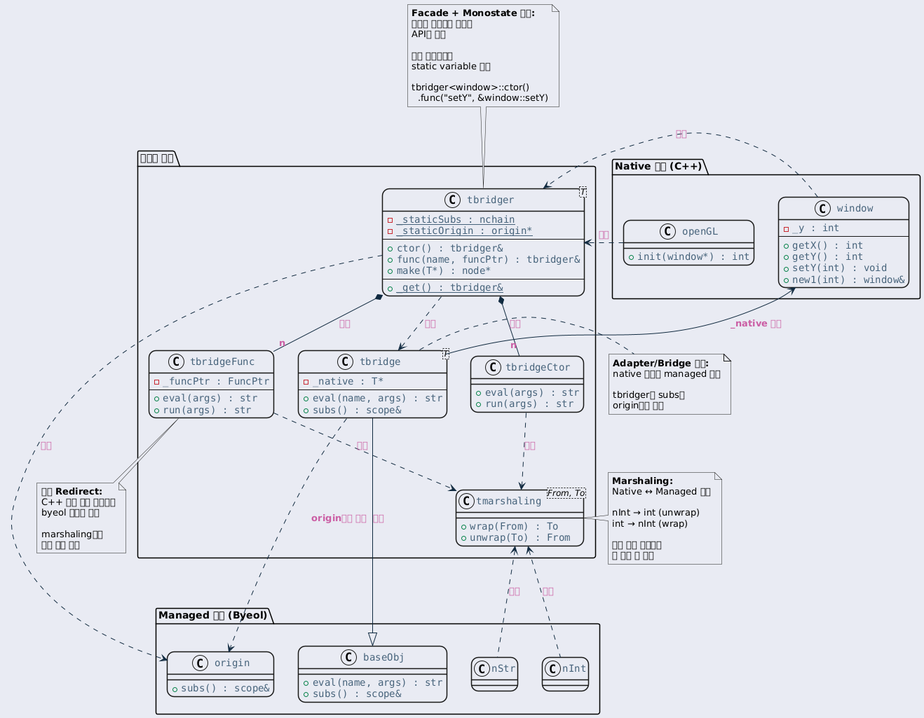
Earlier version of the PlantUML export ref/generated/ko/inline_umlgraph_27.png (byeolang/website).
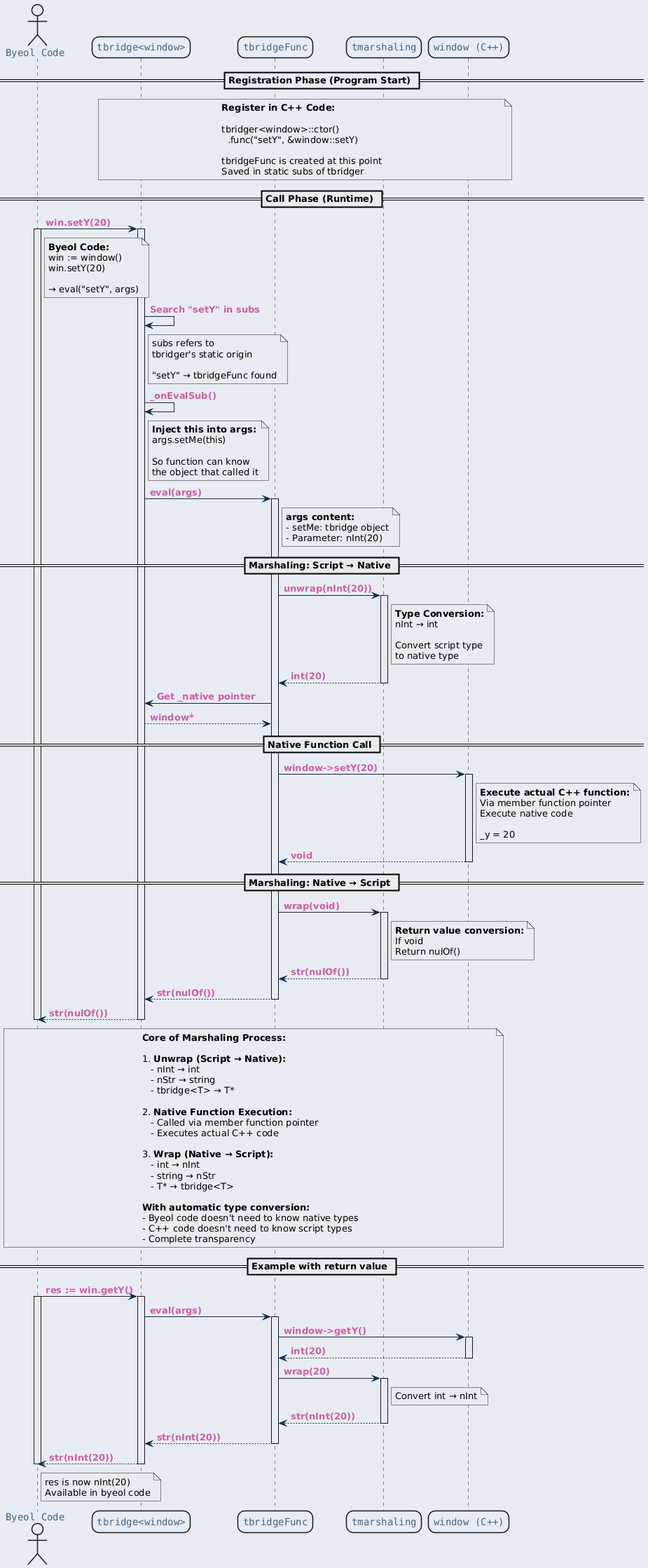
After the change.

Diff of the diagram source:
```diff
@@ -23,127 +23,178 @@
     }
 }
 </style>
-package "Native 환경 (C++)" {
-    class "window" as window {
-        - _y : int
-        ---
-        + getX() : int
-        + getY() : int
-        + setY(int) : void
-        + new1(int) : window&
-    }
+actor "Byeol Code" as byeol
+participant "tbridge<window>" as tbridge
+participant "tbridgeFunc" as tbridgeFunc
+participant "tmarshaling" as tmarshaling
+participant "window (C++)" as window
 
-    class "openGL" as openGL {
-        + init(window*) : int
-    }
-}
+== Registration Phase (Program Start) ==
 
-package "브리징 계층" {
-    class "tbridger<T>" as tbridger {
-        {static} - _staticSubs : nchain
-        {static} - _staticOrigin : origin*
-        ---
-        + ctor() : tbridger&
-        + func(name, funcPtr) : tbridger&
-        + make(T*) : node*
-        ---
-        {static} + _get() : tbridger&
-    }
-
-    class "tbridge<T>" as tbridge {
-        - _native : T*
-        ---
-        + eval(name, args) : str
-        + subs() : scope&
-    }
-
-    class "tbridgeFunc" as tbridgeFunc {
-        - _funcPtr : FuncPtr
-        ---
-        + eval(args) : str
-        + run(args) : str
-    }
-
-    class "tbridgeCtor" as tbridgeCtor {
-        + eval(args) : str
-        + run(args) : str
-    }
-
-    class "tmarshaling<From, To>" as tmarshaling {
-        + wrap(From) : To
-        + unwrap(To) : From
-    }
-}
-
-package "Managed 환경 (Byeol)" {
-    class "baseObj" as baseObj {
-        + eval(name, args) : str
-        + subs() : scope&
-    }
-
-    class "origin" as origin {
-        + subs() : scope&
-    }
-
-    class "nInt" as nInt
-    class "nStr" as nStr
-}
-
-note top of tbridger
-  <b>Facade + Monostate 패턴:</b>
-  복잡한 브리징을 간단한
-  API로 제공
-
-  모든 인스턴스가
-  static variable 공유
+note over tbridge, window
+  <b>Register in C++ Code:</b>
 
   tbridger<window>::ctor()
     .func("setY", &window::setY)
+
+  tbridgeFunc is created at this point
+  Saved in static subs of tbridger
 end note
 
-note right of tbridge
-  <b>Adapter/Bridge 패턴:</b>
-  native 객체를 managed 표현
+== Call Phase (Runtime) ==
 
-  tbridger의 subs를
-  origin으로 사용
+byeol -> tbridge : win.setY(20)
+activate byeol
+activate tbridge
+
+note right of byeol
+  <b>Byeol Code:</b>
+  win := window()
+  win.setY(20)
+
+  → eval("setY", args)
 end note
 
-note bottom of tbridgeFunc
-  <b>함수 Redirect:</b>
-  C++ 멤버 함수 포인터를
-  byeol 함수로 변환
+tbridge -> tbridge : Search "setY" in subs
+note right of tbridge
+  subs refers to
+  tbridger's static origin
 
-  marshaling으로
-  타입 변환 처리
+  "setY" → tbridgeFunc found
 end note
 
-note left of tmarshaling
-  <b>Marshaling:</b>
-  Native ↔ Managed 변환
+tbridge -> tbridge : _onEvalSub()
+note right of tbridge
+  <b>Inject this into args:</b>
+  args.setMe(this)
 
-  nInt → int (unwrap)
-  int → nInt (wrap)
-
-  자동 타입 변환으로
-  두 환경 간 연결
+  So function can know
+  the object that called it
 end note
 
-window .right.> tbridger : 등록
-openGL .right.> tbridger : 등록
+tbridge -> tbridgeFunc : eval(args)
+activate tbridgeFunc
 
-tbridger ..> tbridge : 생성
-tbridger *-- "n" tbridgeFunc : 저장
-tbridger *-- "n" tbridgeCtor : 저장
-tbridger ..> origin : 생성
+note right of tbridgeFunc
+  <b>args content:</b>
+  - setMe: tbridge object
+  - Parameter: nInt(20)
+end note
 
-tbridge --|> baseObj : 상속
-tbridge --> window : _native 소유
-tbridgeFunc ..> tmarshaling : 사용
-tbridgeCtor ..> tmarshaling : 사용
+== Marshaling: Script → Native ==
 
-tbridge ..> origin : origin으로 사용
+tbridgeFunc -> tmarshaling : unwrap(nInt(20))
+activate tmarshaling
 
-nInt .up.> tmarshaling : 변환
-nStr .up.> tmarshaling : 변환
+note right of tmarshaling
+  <b>Type Conversion:</b>
+  nInt → int
+
+  Convert script type
+  to native type
+end note
+
+tmarshaling --> tbridgeFunc : int(20)
+deactivate tmarshaling
+
+tbridgeFunc -> tbridge : Get _native pointer
+tbridge --> tbridgeFunc : window*
+
+== Native Function Call ==
+
+tbridgeFunc -> window : window->setY(20)
+activate window
+
+note right of window
+  <b>Execute actual C++ function:</b>
+  Via member function pointer
+  Execute native code
+
+  _y = 20
+end note
+
+window --> tbridgeFunc : void
+deactivate window
+
+== Marshaling: Native → Script ==
+
+tbridgeFunc -> tmarshaling : wrap(void)
+activate tmarshaling
+
+note right of tmarshaling
+  <b>Return value conversion:</b>
+  If void
+  Return nulOf()
+end note
+
+tmarshaling --> tbridgeFunc : str(nulOf())
+deactivate tmarshaling
+
+tbridgeFunc --> tbridge : str(nulOf())
+deactivate tbridgeFunc
+
+tbridge --> byeol : str(nulOf())
+deactivate tbridge
+deactivate byeol
+
+note over byeol, window
+  <b>Core of Marshaling Process:</b>
+
+  1. <b>Unwrap (Script → Native):</b>
+     - nInt → int
+     - nStr → string
+     - tbridge<T> → T*
+
+  2. <b>Native Function Execution:</b>
+     - Called via member function pointer
+     - Executes actual C++ code
+
+  3. <b>Wrap (Native → Script):</b>
+     - int → nInt
+     - string → nStr
+     - T* → tbridge<T>
+
+  <b>With automatic type conversion:</b>
+  - Byeol code doesn't need to know native types
+  - C++ code doesn't need to know script types
+  - Complete transparency
+end note
+
+== Example with return value ==
+
+byeol -> tbridge : res := win.getY()
+activate byeol
+activate tbridge
+
+tbridge -> tbridgeFunc : eval(args)
+activate tbridgeFunc
+
+tbridgeFunc -> window : window->getY()
+activate window
+
+window --> tbridgeFunc : int(20)
+deactivate window
+
+tbridgeFunc -> tmarshaling : wrap(20)
+activate tmarshaling
+
+note right of tmarshaling
+  Convert int → nInt
+end note
+
+tmarshaling --> tbridgeFunc : str(nInt(20))
+deactivate tmarshaling
+
+tbridgeFunc --> tbridge : str(nInt(20))
+deactivate tbridgeFunc
+
+tbridge --> byeol : str(nInt(20))
+deactivate tbridge
+
+note right of byeol
+  res is now nInt(20)
+  Available in byeol code
+end note
+
+deactivate byeol
 @enduml
```
